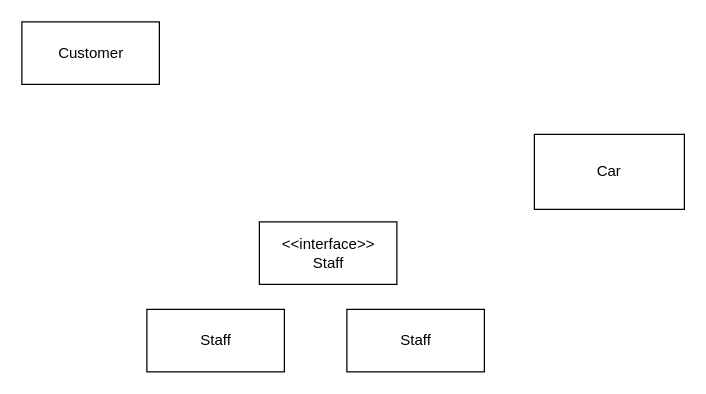
This is Car ClassDiagram.drawio from tlfzgjadyd/SoftwareEngineering, a draw.io file, before an edit. Source tidied: cells renumbered, new cells numbered last; positions are measured from the earlier drawing's top-left corner, leaving out a move shared by most shapes. Both pictures are drawn from the tidied source at 125%, with x=0, y=0 at pixel (21, 21).
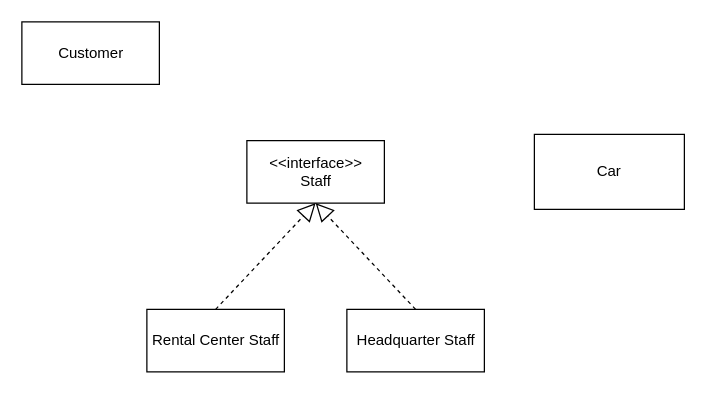
Above is the later version.

Diff of the diagram source:
```diff
@@
 <mxGraphModel>
   <root>
     <mxCell id="0" />
     <mxCell id="1" parent="0" />
     <mxCell id="2" value="&amp;lt;&amp;lt;interface&amp;gt;&amp;gt;&lt;br&gt;Staff" style="html=1;" parent="1" vertex="1">
-      <mxGeometry x="190" y="160" width="110" height="50" as="geometry" />
+      <mxGeometry x="180" y="95" width="110" height="50" as="geometry" />
     </mxCell>
     <mxCell id="3" value="Customer" style="html=1;" parent="1" vertex="1">
       <mxGeometry width="110" height="50" as="geometry" />
     </mxCell>
     <mxCell id="4" value="Car" style="rounded=0;whiteSpace=wrap;html=1;" parent="1" vertex="1">
       <mxGeometry x="410" y="90" width="120" height="60" as="geometry" />
     </mxCell>
-    <mxCell id="5" value="Staff" style="html=1;" parent="1" vertex="1">
+    <mxCell id="5" value="Rental Center Staff" style="html=1;" parent="1" vertex="1">
       <mxGeometry x="100" y="230" width="110" height="50" as="geometry" />
     </mxCell>
-    <mxCell id="6" value="Staff" style="html=1;" parent="1" vertex="1">
+    <mxCell id="6" value="Headquarter Staff" style="html=1;" parent="1" vertex="1">
       <mxGeometry x="260" y="230" width="110" height="50" as="geometry" />
     </mxCell>
+    <mxCell id="7" style="endArrow=block;dashed=1;endFill=0;endSize=12;html=1;exitX=0.5;exitY=0;exitDx=0;exitDy=0;entryX=0.5;entryY=1;entryDx=0;entryDy=0;" parent="1" edge="1" source="6" target="2">
+      <mxGeometry relative="1" as="geometry" />
+    </mxCell>
+    <mxCell id="8" style="endArrow=block;dashed=1;endFill=0;endSize=12;html=1;exitX=0.5;exitY=0;exitDx=0;exitDy=0;entryX=0.5;entryY=1;entryDx=0;entryDy=0;" parent="1" edge="1" source="5" target="2">
+      <mxGeometry relative="1" as="geometry" />
+    </mxCell>
   </root>
 </mxGraphModel>
```
